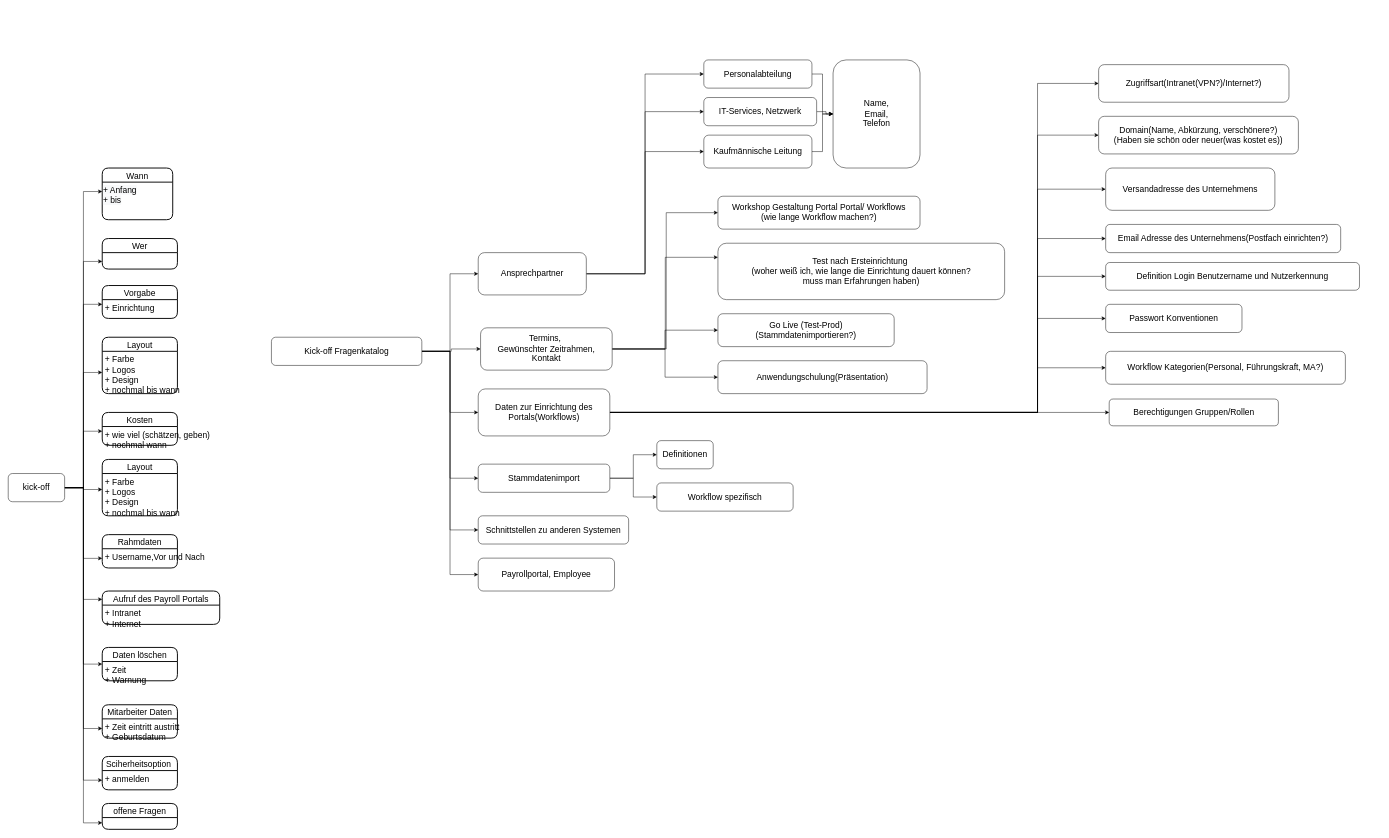
Before: kick-off Diagram.drawio in masteryijian/Hallo-World-, a draw.io diagram. Source tidied: cells renumbered, new cells numbered last; positions are measured from the earlier drawing's top-left corner, leaving out a move shared by most shapes. Both pictures are drawn from the tidied source at 47%, with x=0, y=0 at pixel (8, 60).
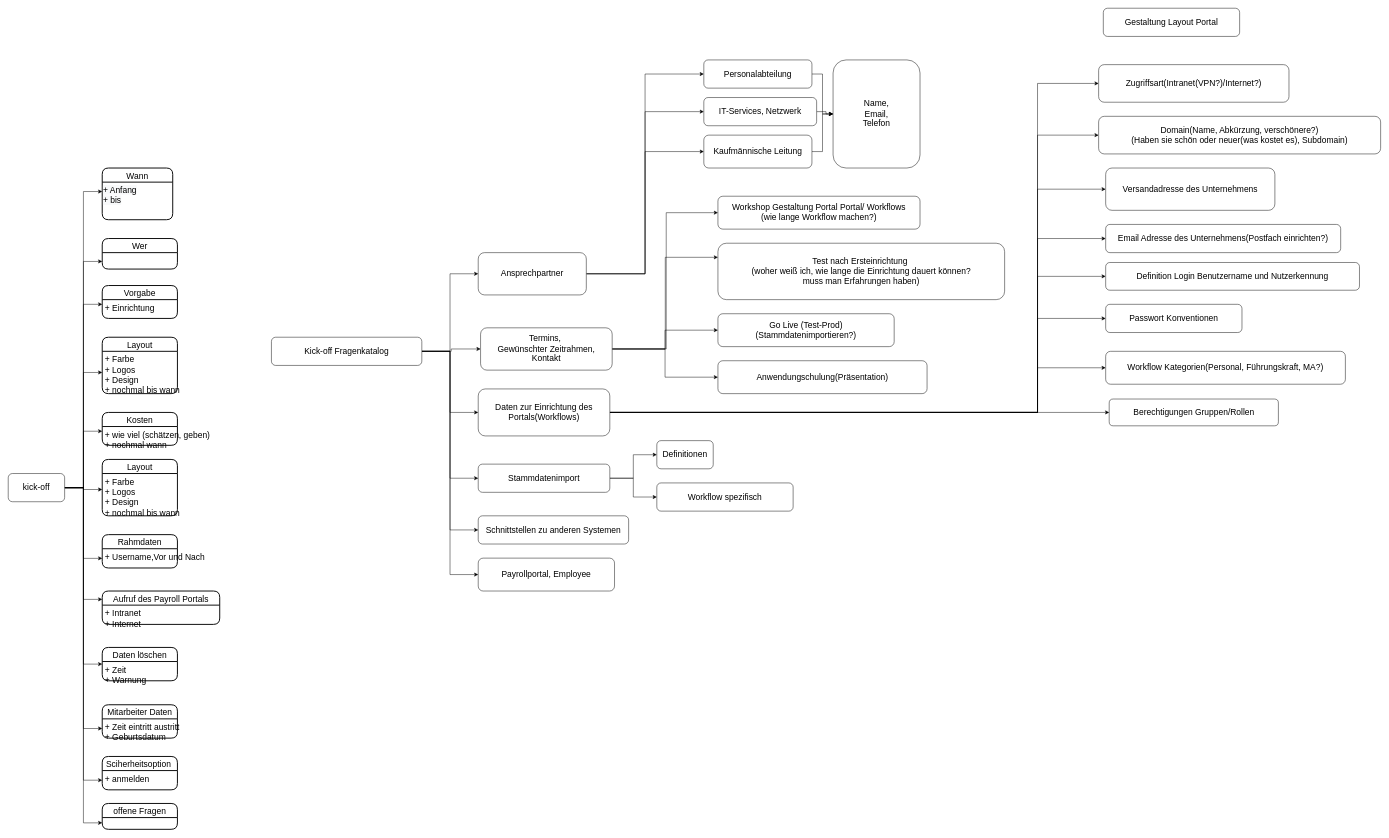
The same page after the edit.

What changed in the source:
```diff
@@
-    <mxCell id="78" value="Domain(Name, Abkürzung, verschönere?)&lt;br&gt;(Haben sie schön oder neuer(was kostet es))" style="rounded=1;whiteSpace=wrap;html=1;fontSize=18;" parent="1" vertex="1">
-      <mxGeometry x="2320" y="120" width="425" height="80" as="geometry" />
+    <mxCell id="78" value="Domain(Name, Abkürzung, verschönere?)&lt;br&gt;(Haben sie schön oder neuer(was kostet es), Subdomain)" style="rounded=1;whiteSpace=wrap;html=1;fontSize=18;" parent="1" vertex="1">
+      <mxGeometry x="2320" y="120" width="600" height="80" as="geometry" />
     </mxCell>
@@
+    <mxCell id="88" value="Gestaltung Layout Portal" style="rounded=1;whiteSpace=wrap;html=1;fontSize=18;" parent="1" vertex="1">
+      <mxGeometry x="2330" y="-110" width="290" height="60" as="geometry" />
+    </mxCell>
```
